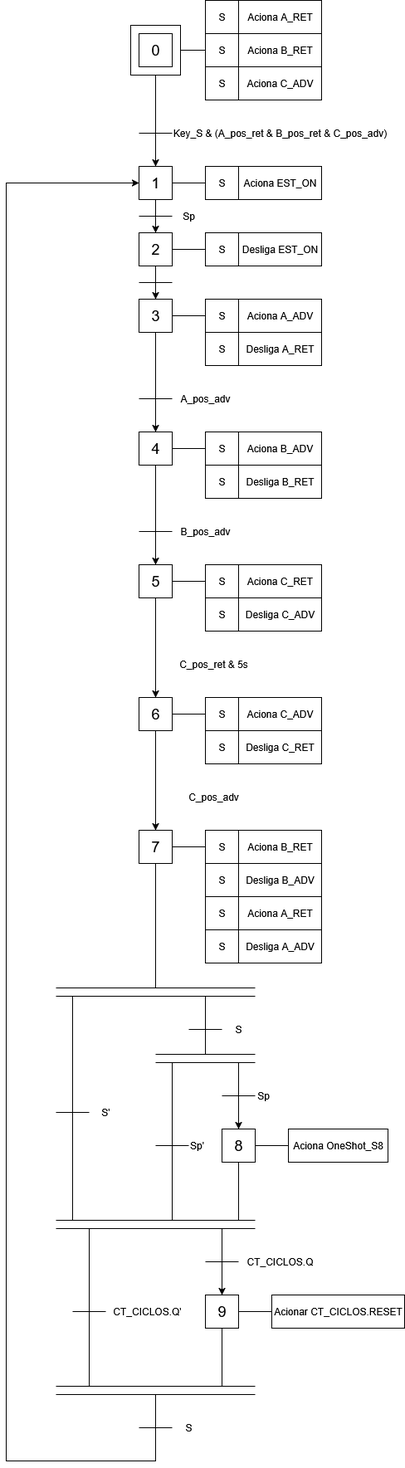
Earlier version of the draw.io export Experiência 4 - Dispositivo de dosagem e enchimento de embalagens/Experimento4_CLP.drawio.png (pedroManuelP/Automa-o-Industrial). Source tidied: cells renumbered, new cells last; positions are measured from the earlier drawing's top-left corner, leaving out a move shared by most shapes.
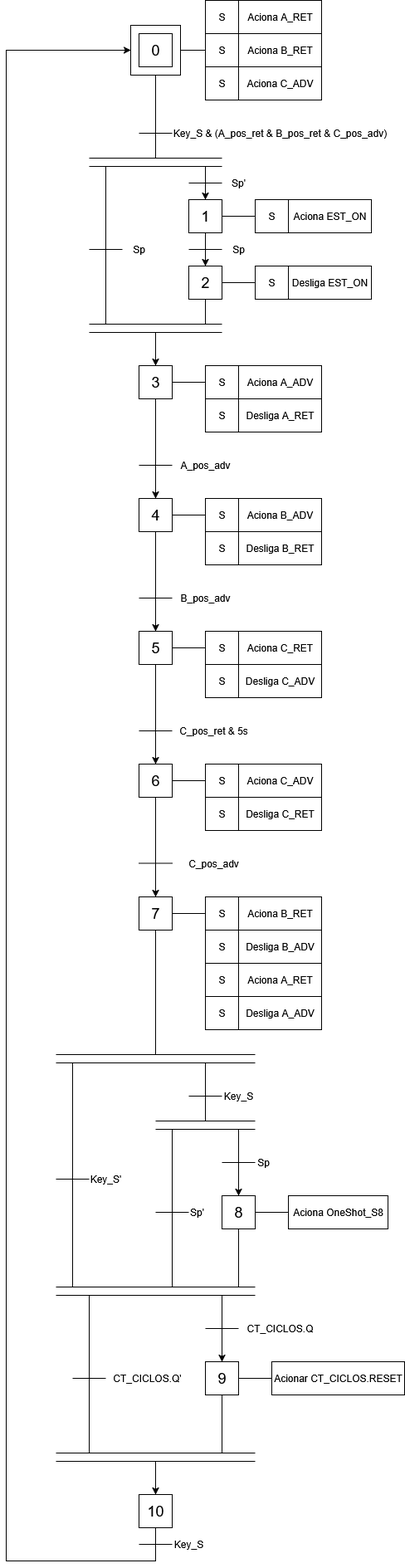
The same diagram one commit later.

What changed in the source:
```diff
@@ -3,78 +3,73 @@
     <mxCell id="0" />
     <mxCell id="1" parent="0" />
     <mxCell id="2" style="rounded=0;whiteSpace=wrap;html=1;" parent="1" vertex="1">
-      <mxGeometry x="150" y="30" width="60" height="60" as="geometry" />
+      <mxGeometry x="150" y="-50" width="60" height="60" as="geometry" />
     </mxCell>
     <mxCell id="3" value="&lt;font style=&quot;font-size: 18px;&quot;&gt;0&lt;/font&gt;" style="rounded=0;whiteSpace=wrap;html=1;" parent="1" vertex="1">
-      <mxGeometry x="160" y="40" width="40" height="40" as="geometry" />
+      <mxGeometry x="160" y="-40" width="40" height="40" as="geometry" />
     </mxCell>
     <mxCell id="4" style="endArrow=none;html=1;rounded=0;exitX=1;exitY=0.5;exitDx=0;exitDy=0;" parent="1" edge="1" source="2">
       <mxGeometry relative="1" as="geometry">
-        <mxPoint x="240" y="60" as="targetPoint" />
+        <mxPoint x="240" y="-20" as="targetPoint" />
       </mxGeometry>
     </mxCell>
     <mxCell id="5" value="Aciona A_RET" style="rounded=0;whiteSpace=wrap;html=1;" parent="1" vertex="1">
-      <mxGeometry x="280" width="100" height="40" as="geometry" />
+      <mxGeometry x="280" y="-80" width="100" height="40" as="geometry" />
     </mxCell>
     <mxCell id="6" value="Aciona B_RET" style="rounded=0;whiteSpace=wrap;html=1;" parent="1" vertex="1">
-      <mxGeometry x="280" y="40" width="100" height="40" as="geometry" />
+      <mxGeometry x="280" y="-40" width="100" height="40" as="geometry" />
     </mxCell>
     <mxCell id="7" value="Aciona C_ADV" style="rounded=0;whiteSpace=wrap;html=1;" parent="1" vertex="1">
-      <mxGeometry x="280" y="80" width="100" height="40" as="geometry" />
+      <mxGeometry x="280" width="100" height="40" as="geometry" />
     </mxCell>
-    <mxCell id="8" style="endArrow=classic;html=1;rounded=0;exitX=0.5;exitY=1;exitDx=0;exitDy=0;" parent="1" edge="1" source="2">
-      <mxGeometry relative="1" as="geometry">
-        <mxPoint x="180" y="200" as="targetPoint" />
-      </mxGeometry>
-    </mxCell>
     <mxCell id="9" style="endArrow=none;html=1;rounded=0;" parent="1" edge="1">
       <mxGeometry relative="1" as="geometry">
-        <mxPoint x="160" y="160" as="sourcePoint" />
-        <mxPoint x="200" y="160" as="targetPoint" />
+        <mxPoint x="160" y="80" as="sourcePoint" />
+        <mxPoint x="200" y="80" as="targetPoint" />
       </mxGeometry>
     </mxCell>
     <mxCell id="10" value="Key_S &amp;amp; (A_pos_ret &amp;amp; B_pos_ret &amp;amp; C_pos_adv)" style="text;html=1;align=center;verticalAlign=middle;whiteSpace=wrap;rounded=0;" parent="1" vertex="1">
-      <mxGeometry x="200" y="150" width="260" height="20" as="geometry" />
+      <mxGeometry x="200" y="70" width="260" height="20" as="geometry" />
     </mxCell>
     <mxCell id="11" value="&lt;font style=&quot;font-size: 18px;&quot;&gt;1&lt;/font&gt;" style="rounded=0;whiteSpace=wrap;html=1;" parent="1" vertex="1">
-      <mxGeometry x="160" y="200" width="40" height="40" as="geometry" />
+      <mxGeometry x="220" y="160" width="40" height="40" as="geometry" />
     </mxCell>
     <mxCell id="12" style="endArrow=none;html=1;rounded=0;exitX=1;exitY=0.5;exitDx=0;exitDy=0;" parent="1" edge="1" source="11">
       <mxGeometry relative="1" as="geometry">
-        <mxPoint x="240" y="220" as="targetPoint" />
+        <mxPoint x="300" y="180" as="targetPoint" />
       </mxGeometry>
     </mxCell>
     <mxCell id="13" value="Aciona EST_ON" style="rounded=0;whiteSpace=wrap;html=1;" parent="1" vertex="1">
-      <mxGeometry x="280" y="200" width="100" height="40" as="geometry" />
+      <mxGeometry x="340" y="160" width="100" height="40" as="geometry" />
     </mxCell>
     <mxCell id="14" value="&lt;font style=&quot;font-size: 18px;&quot;&gt;2&lt;/font&gt;" style="rounded=0;whiteSpace=wrap;html=1;" parent="1" vertex="1">
-      <mxGeometry x="160" y="280" width="40" height="40" as="geometry" />
+      <mxGeometry x="220" y="240" width="40" height="40" as="geometry" />
     </mxCell>
     <mxCell id="15" style="endArrow=none;html=1;rounded=0;exitX=1;exitY=0.5;exitDx=0;exitDy=0;" parent="1" edge="1" source="14">
       <mxGeometry relative="1" as="geometry">
-        <mxPoint x="240" y="300" as="targetPoint" />
+        <mxPoint x="300" y="260" as="targetPoint" />
       </mxGeometry>
     </mxCell>
     <mxCell id="16" value="Desliga EST_ON" style="rounded=0;whiteSpace=wrap;html=1;" parent="1" vertex="1">
-      <mxGeometry x="280" y="280" width="100" height="40" as="geometry" />
+      <mxGeometry x="340" y="240" width="100" height="40" as="geometry" />
     </mxCell>
     <mxCell id="17" style="endArrow=classic;html=1;rounded=0;exitX=0.5;exitY=1;exitDx=0;exitDy=0;entryX=0.5;entryY=0;entryDx=0;entryDy=0;" parent="1" edge="1" source="11" target="14">
       <mxGeometry relative="1" as="geometry" />
     </mxCell>
     <mxCell id="18" style="endArrow=none;html=1;rounded=0;" parent="1" edge="1">
       <mxGeometry relative="1" as="geometry">
-        <mxPoint x="160" y="260" as="sourcePoint" />
-        <mxPoint x="200" y="260" as="targetPoint" />
+        <mxPoint x="220" y="220" as="sourcePoint" />
+        <mxPoint x="260" y="220" as="targetPoint" />
       </mxGeometry>
     </mxCell>
     <mxCell id="19" value="Sp" style="text;html=1;align=center;verticalAlign=middle;whiteSpace=wrap;rounded=0;" parent="1" vertex="1">
-      <mxGeometry x="200" y="250" width="40" height="20" as="geometry" />
+      <mxGeometry x="260" y="210" width="40" height="20" as="geometry" />
     </mxCell>
     <mxCell id="20" value="S" style="rounded=0;whiteSpace=wrap;html=1;" parent="1" vertex="1">
-      <mxGeometry x="240" y="200" width="40" height="40" as="geometry" />
+      <mxGeometry x="300" y="160" width="40" height="40" as="geometry" />
     </mxCell>
     <mxCell id="21" value="S" style="rounded=0;whiteSpace=wrap;html=1;" parent="1" vertex="1">
-      <mxGeometry x="240" y="280" width="40" height="40" as="geometry" />
+      <mxGeometry x="300" y="240" width="40" height="40" as="geometry" />
     </mxCell>
     <mxCell id="22" value="&lt;font style=&quot;font-size: 18px;&quot;&gt;3&lt;/font&gt;" style="rounded=0;whiteSpace=wrap;html=1;" parent="1" vertex="1">
       <mxGeometry x="160" y="360" width="40" height="40" as="geometry" />
@@ -87,17 +82,6 @@
     <mxCell id="24" value="Aciona A_ADV" style="rounded=0;whiteSpace=wrap;html=1;" parent="1" vertex="1">
       <mxGeometry x="280" y="360" width="100" height="40" as="geometry" />
     </mxCell>
-    <mxCell id="25" style="endArrow=classic;html=1;rounded=0;exitX=0.5;exitY=1;exitDx=0;exitDy=0;entryX=0.5;entryY=0;entryDx=0;entryDy=0;" parent="1" edge="1" target="22">
-      <mxGeometry relative="1" as="geometry">
-        <mxPoint x="180" y="320" as="sourcePoint" />
-      </mxGeometry>
-    </mxCell>
-    <mxCell id="26" style="endArrow=none;html=1;rounded=0;" parent="1" edge="1">
-      <mxGeometry relative="1" as="geometry">
-        <mxPoint x="160" y="340" as="sourcePoint" />
-        <mxPoint x="200" y="340" as="targetPoint" />
-      </mxGeometry>
-    </mxCell>
     <mxCell id="27" value="S" style="rounded=0;whiteSpace=wrap;html=1;" parent="1" vertex="1">
       <mxGeometry x="240" y="360" width="40" height="40" as="geometry" />
     </mxCell>
@@ -130,13 +114,13 @@
       <mxGeometry x="240" y="520" width="40" height="40" as="geometry" />
     </mxCell>
     <mxCell id="35" value="S" style="rounded=0;whiteSpace=wrap;html=1;" parent="1" vertex="1">
-      <mxGeometry x="240" width="40" height="40" as="geometry" />
+      <mxGeometry x="240" y="-80" width="40" height="40" as="geometry" />
     </mxCell>
     <mxCell id="36" value="S" style="rounded=0;whiteSpace=wrap;html=1;" parent="1" vertex="1">
-      <mxGeometry x="240" y="40" width="40" height="40" as="geometry" />
+      <mxGeometry x="240" y="-40" width="40" height="40" as="geometry" />
     </mxCell>
     <mxCell id="37" value="S" style="rounded=0;whiteSpace=wrap;html=1;" parent="1" vertex="1">
-      <mxGeometry x="240" y="80" width="40" height="40" as="geometry" />
+      <mxGeometry x="240" width="40" height="40" as="geometry" />
     </mxCell>
     <mxCell id="38" value="Desliga A_RET" style="rounded=0;whiteSpace=wrap;html=1;" parent="1" vertex="1">
       <mxGeometry x="280" y="400" width="100" height="40" as="geometry" />
@@ -313,7 +297,7 @@
         <mxPoint x="260" y="1240" as="targetPoint" />
       </mxGeometry>
     </mxCell>
-    <mxCell id="81" value="S" style="text;html=1;align=center;verticalAlign=middle;whiteSpace=wrap;rounded=0;" parent="1" vertex="1">
+    <mxCell id="81" value="Key_S" style="text;html=1;align=center;verticalAlign=middle;whiteSpace=wrap;rounded=0;" parent="1" vertex="1">
       <mxGeometry x="260" y="1230" width="40" height="20" as="geometry" />
     </mxCell>
     <mxCell id="82" style="endArrow=none;html=1;rounded=0;" parent="1" edge="1">
@@ -367,7 +351,7 @@
         <mxPoint x="100" y="1340" as="targetPoint" />
       </mxGeometry>
     </mxCell>
-    <mxCell id="93" value="S'" style="text;html=1;align=center;verticalAlign=middle;whiteSpace=wrap;rounded=0;" parent="1" vertex="1">
+    <mxCell id="93" value="Key_S'" style="text;html=1;align=center;verticalAlign=middle;whiteSpace=wrap;rounded=0;" parent="1" vertex="1">
       <mxGeometry x="100" y="1330" width="40" height="20" as="geometry" />
     </mxCell>
     <mxCell id="94" style="endArrow=none;html=1;rounded=0;" parent="1" edge="1">
@@ -440,24 +424,112 @@
     <mxCell id="107" value="CT_CICLOS.Q'" style="text;html=1;align=center;verticalAlign=middle;whiteSpace=wrap;rounded=0;" parent="1" vertex="1">
       <mxGeometry x="120" y="1570" width="100" height="20" as="geometry" />
     </mxCell>
-    <mxCell id="108" style="endArrow=classic;html=1;rounded=0;entryX=0;entryY=0.5;entryDx=0;entryDy=0;" parent="1" edge="1" target="11">
+    <mxCell id="108" style="endArrow=classic;html=1;rounded=0;entryX=0;entryY=0.5;entryDx=0;entryDy=0;exitX=0.5;exitY=1;exitDx=0;exitDy=0;" parent="1" edge="1" source="124" target="2">
       <mxGeometry relative="1" as="geometry">
-        <mxPoint x="180" y="1680" as="sourcePoint" />
         <Array as="points">
-          <mxPoint x="180" y="1760" />
-          <mxPoint y="1760" />
-          <mxPoint y="220" />
+          <mxPoint x="180" y="1800" />
+          <mxPoint y="1800" />
+          <mxPoint y="-20" />
         </Array>
       </mxGeometry>
     </mxCell>
     <mxCell id="109" style="endArrow=none;html=1;rounded=0;" parent="1" edge="1">
       <mxGeometry relative="1" as="geometry">
-        <mxPoint x="160" y="1720" as="sourcePoint" />
-        <mxPoint x="200" y="1720" as="targetPoint" />
+        <mxPoint x="160" y="1780" as="sourcePoint" />
+        <mxPoint x="200" y="1780" as="targetPoint" />
       </mxGeometry>
     </mxCell>
-    <mxCell id="110" value="S" style="text;html=1;align=center;verticalAlign=middle;whiteSpace=wrap;rounded=0;" parent="1" vertex="1">
-      <mxGeometry x="200" y="1710" width="40" height="20" as="geometry" />
+    <mxCell id="110" value="Key_S" style="text;html=1;align=center;verticalAlign=middle;whiteSpace=wrap;rounded=0;" parent="1" vertex="1">
+      <mxGeometry x="200" y="1770" width="40" height="20" as="geometry" />
     </mxCell>
+    <mxCell id="111" style="endArrow=none;html=1;rounded=0;exitX=0.5;exitY=1;exitDx=0;exitDy=0;" parent="1" edge="1" source="2">
+      <mxGeometry relative="1" as="geometry">
+        <mxPoint x="180" y="110" as="targetPoint" />
+      </mxGeometry>
+    </mxCell>
+    <mxCell id="112" style="endArrow=none;html=1;rounded=0;" parent="1" edge="1">
+      <mxGeometry relative="1" as="geometry">
+        <mxPoint x="100" y="120" as="sourcePoint" />
+        <mxPoint x="260" y="120" as="targetPoint" />
+      </mxGeometry>
+    </mxCell>
+    <mxCell id="113" style="endArrow=none;html=1;rounded=0;" parent="1" edge="1">
+      <mxGeometry relative="1" as="geometry">
+        <mxPoint x="100" y="110" as="sourcePoint" />
+        <mxPoint x="260" y="110" as="targetPoint" />
+      </mxGeometry>
+    </mxCell>
+    <mxCell id="114" style="endArrow=classic;html=1;rounded=0;" parent="1" edge="1">
+      <mxGeometry relative="1" as="geometry">
+        <mxPoint x="240" y="120" as="sourcePoint" />
+        <mxPoint x="240" y="160" as="targetPoint" />
+      </mxGeometry>
+    </mxCell>
+    <mxCell id="115" style="endArrow=none;html=1;rounded=0;" parent="1" edge="1">
+      <mxGeometry relative="1" as="geometry">
+        <mxPoint x="220" y="140" as="sourcePoint" />
+        <mxPoint x="260" y="140" as="targetPoint" />
+      </mxGeometry>
+    </mxCell>
+    <mxCell id="116" value="Sp'" style="text;html=1;align=center;verticalAlign=middle;whiteSpace=wrap;rounded=0;" parent="1" vertex="1">
+      <mxGeometry x="260" y="130" width="40" height="20" as="geometry" />
+    </mxCell>
+    <mxCell id="117" style="endArrow=none;html=1;rounded=0;" parent="1" edge="1">
+      <mxGeometry relative="1" as="geometry">
+        <mxPoint x="100" y="320" as="sourcePoint" />
+        <mxPoint x="260" y="320" as="targetPoint" />
+      </mxGeometry>
+    </mxCell>
+    <mxCell id="118" style="endArrow=none;html=1;rounded=0;" parent="1" edge="1">
+      <mxGeometry relative="1" as="geometry">
+        <mxPoint x="100" y="310" as="sourcePoint" />
+        <mxPoint x="260" y="310" as="targetPoint" />
+      </mxGeometry>
+    </mxCell>
+    <mxCell id="119" style="endArrow=none;html=1;rounded=0;exitX=0.5;exitY=1;exitDx=0;exitDy=0;" parent="1" edge="1" source="14">
+      <mxGeometry relative="1" as="geometry">
+        <mxPoint x="240" y="310" as="targetPoint" />
+      </mxGeometry>
+    </mxCell>
+    <mxCell id="120" style="endArrow=none;html=1;rounded=0;" parent="1" edge="1">
+      <mxGeometry relative="1" as="geometry">
+        <mxPoint x="120" y="120" as="sourcePoint" />
+        <mxPoint x="120" y="310" as="targetPoint" />
+      </mxGeometry>
+    </mxCell>
+    <mxCell id="121" style="endArrow=none;html=1;rounded=0;" parent="1" edge="1">
+      <mxGeometry relative="1" as="geometry">
+        <mxPoint x="100" y="220" as="sourcePoint" />
+        <mxPoint x="140" y="220" as="targetPoint" />
+      </mxGeometry>
+    </mxCell>
+    <mxCell id="122" value="Sp" style="text;html=1;align=center;verticalAlign=middle;whiteSpace=wrap;rounded=0;" parent="1" vertex="1">
+      <mxGeometry x="140" y="210" width="40" height="20" as="geometry" />
+    </mxCell>
+    <mxCell id="123" style="endArrow=classic;html=1;rounded=0;" parent="1" edge="1">
+      <mxGeometry relative="1" as="geometry">
+        <mxPoint x="180" y="320" as="sourcePoint" />
+        <mxPoint x="180" y="360" as="targetPoint" />
+      </mxGeometry>
+    </mxCell>
+    <mxCell id="124" value="&lt;font style=&quot;font-size: 18px;&quot;&gt;10&lt;/font&gt;" style="rounded=0;whiteSpace=wrap;html=1;" parent="1" vertex="1">
+      <mxGeometry x="160" y="1720" width="40" height="40" as="geometry" />
+    </mxCell>
+    <mxCell id="125" style="endArrow=classic;html=1;rounded=0;entryX=0.5;entryY=0;entryDx=0;entryDy=0;" parent="1" edge="1" target="124">
+      <mxGeometry relative="1" as="geometry">
+        <mxPoint x="180" y="1680" as="sourcePoint" />
+      </mxGeometry>
+    </mxCell>
+    <mxCell id="126" style="endArrow=none;html=1;rounded=0;entryX=0;entryY=0.5;entryDx=0;entryDy=0;" parent="1" edge="1" target="59">
+      <mxGeometry relative="1" as="geometry">
+        <mxPoint x="160" y="800" as="sourcePoint" />
+      </mxGeometry>
+    </mxCell>
+    <mxCell id="127" style="endArrow=none;html=1;rounded=0;" parent="1" edge="1">
+      <mxGeometry relative="1" as="geometry">
+        <mxPoint x="160" y="959.5" as="sourcePoint" />
+        <mxPoint x="200" y="959.5" as="targetPoint" />
+      </mxGeometry>
+    </mxCell>
   </root>
 </mxGraphModel>
```
